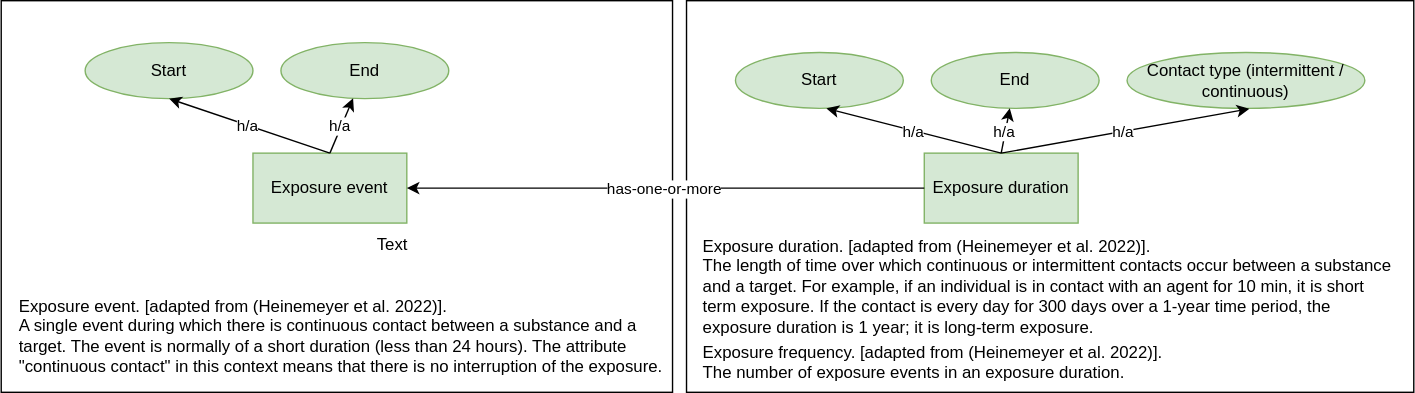
The draw.io diagram sub-group-exposure-event.drawio.svg in eu-parc/aggregate-exposure-modelling, before a commit. Source tidied: cells renumbered, new cells last; positions are measured from the earlier drawing's top-left corner, leaving out a move shared by most shapes.
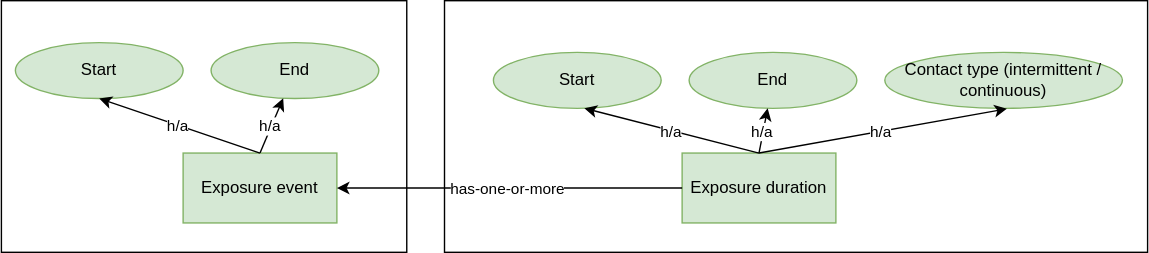
Later version of the same file.

Commit message:
Remove glossary terms from exposure event sub diagram

What changed in the source:
```diff
@@ -3,26 +3,17 @@
     <mxCell id="0" />
     <mxCell id="1" parent="0" />
     <mxCell id="2" style="rounded=0;whiteSpace=wrap;html=1;" parent="1" vertex="1">
-      <mxGeometry x="490" width="520" height="280" as="geometry" />
+      <mxGeometry x="490" width="503" height="180" as="geometry" />
     </mxCell>
     <mxCell id="3" style="rounded=0;whiteSpace=wrap;html=1;" parent="1" vertex="1">
-      <mxGeometry width="480" height="280" as="geometry" />
+      <mxGeometry x="173" width="290" height="180" as="geometry" />
     </mxCell>
     <mxCell id="4" value="Exposure event" style="rounded=0;whiteSpace=wrap;html=1;fillColor=#d5e8d4;strokeColor=#82b366;fontColor=#000000;" parent="1" vertex="1">
-      <mxGeometry x="180" y="109" width="110" height="50" as="geometry" />
+      <mxGeometry x="303" y="109" width="110" height="50" as="geometry" />
     </mxCell>
-    <mxCell id="5" value="Exposure event. [adapted from (Heinemeyer et al. 2022)].&lt;br&gt;A single event during which there is continuous contact between a substance and a target. The event is normally of a short duration (less than 24 hours). The attribute &quot;continuous contact&quot; in this context means that there is no interruption of the exposure." style="text;whiteSpace=wrap;html=1;" parent="1" vertex="1">
-      <mxGeometry x="11" y="205" width="470" height="65" as="geometry" />
-    </mxCell>
-    <mxCell id="6" value="Exposure duration. [adapted from (Heinemeyer et al. 2022)].  &#10;The length of time over which continuous or intermittent contacts occur between a substance and a target. For example, if an individual is in contact with an agent for 10 min, it is short term exposure. If the contact is every day for 300 days over a 1-year time period, the exposure duration is 1 year; it is long-term exposure." style="text;whiteSpace=wrap;html=1;" parent="1" vertex="1">
-      <mxGeometry x="500" y="162" width="500" height="110" as="geometry" />
-    </mxCell>
     <mxCell id="7" value="Exposure duration" style="rounded=0;whiteSpace=wrap;html=1;fillColor=#d5e8d4;strokeColor=#82b366;fontColor=#000000;" parent="1" vertex="1">
       <mxGeometry x="660" y="109" width="110" height="50" as="geometry" />
     </mxCell>
-    <mxCell id="8" value="Exposure frequency. [adapted from (Heinemeyer et al. 2022)]. &#10;The number of exposure events in an exposure duration." style="text;whiteSpace=wrap;html=1;" parent="1" vertex="1">
-      <mxGeometry x="500" y="238" width="480" height="40" as="geometry" />
-    </mxCell>
     <mxCell id="9" style="endArrow=classic;html=1;rounded=0;exitX=0;exitY=0.5;exitDx=0;exitDy=0;entryX=1;entryY=0.5;entryDx=0;entryDy=0;" parent="1" edge="1" source="7" target="4">
       <mxGeometry relative="1" as="geometry" />
     </mxCell>
@@ -38,10 +29,10 @@
       <mxGeometry x="665" y="37" width="120" height="40" as="geometry" />
     </mxCell>
     <mxCell id="13" value="Start" style="ellipse;whiteSpace=wrap;html=1;fillColor=#d5e8d4;strokeColor=#82b366;fontStyle=0;fontColor=#000000;" parent="1" vertex="1">
-      <mxGeometry x="60" y="30" width="120" height="40" as="geometry" />
+      <mxGeometry x="183" y="30" width="120" height="40" as="geometry" />
     </mxCell>
     <mxCell id="14" value="End" style="ellipse;whiteSpace=wrap;html=1;fillColor=#d5e8d4;strokeColor=#82b366;fontStyle=0;fontColor=#000000;" parent="1" vertex="1">
-      <mxGeometry x="200" y="30" width="120" height="40" as="geometry" />
+      <mxGeometry x="323" y="30" width="120" height="40" as="geometry" />
     </mxCell>
     <mxCell id="15" value="Contact type (intermittent / continuous)" style="ellipse;whiteSpace=wrap;html=1;fillColor=#d5e8d4;strokeColor=#82b366;fontStyle=0;fontColor=#000000;" parent="1" vertex="1">
       <mxGeometry x="805" y="37" width="170" height="40" as="geometry" />
@@ -86,8 +77,5 @@
         <mxPoint x="-2" as="offset" />
       </mxGeometry>
     </mxCell>
-    <mxCell id="26" value="Text" style="text;strokeColor=none;align=center;fillColor=none;html=1;verticalAlign=middle;whiteSpace=wrap;rounded=0;" parent="1" vertex="1">
-      <mxGeometry x="250" y="160" width="60" height="30" as="geometry" />
-    </mxCell>
   </root>
 </mxGraphModel>
```
